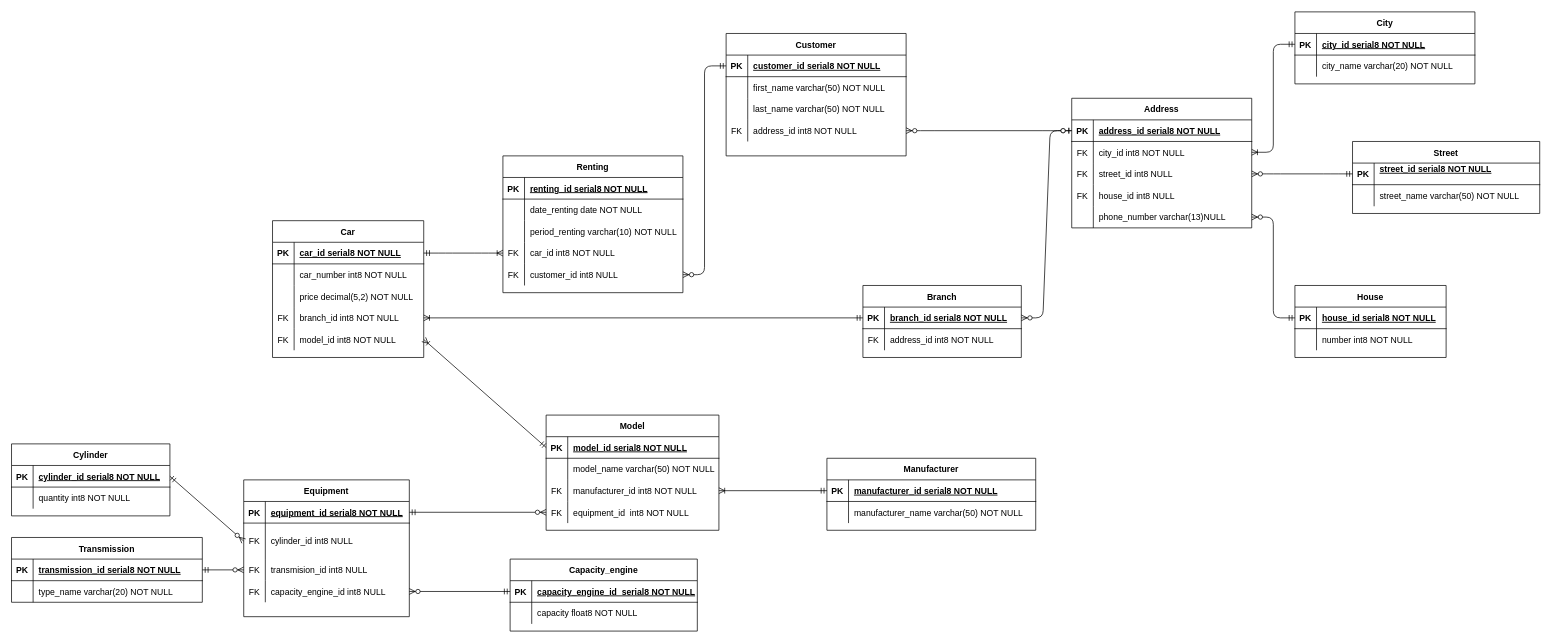
Before: database_module/diagram_task/er_diagram_car.drawio in julia-kopysova/python-education, a draw.io diagram. Source tidied: cells renumbered, new cells numbered last; positions are measured from the earlier drawing's top-left corner, leaving out a move shared by most shapes. Both pictures are drawn from the tidied source at 72%, with x=0, y=0 at pixel (12, 12).
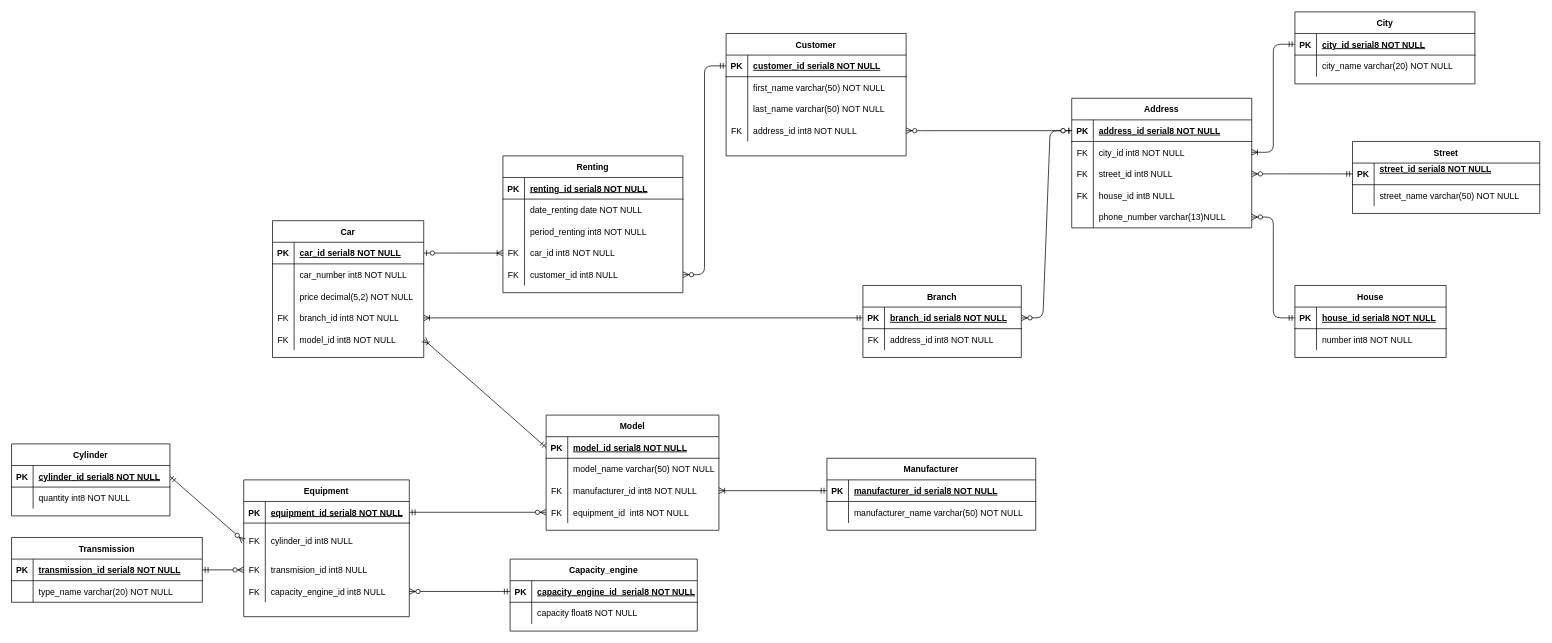
Above is the later version.

Commit message:
Changed relationship between Car and Renting, changed data type in period_renting

Unchanged cells that the change refers to:
```xml
<mxCell id="39" style="shape=partialRectangle;fillColor=none;top=0;left=0;bottom=1;right=0;points=[[0,0.5],[1,0.5]];portConstraint=eastwest;" parent="38" vertex="1">
  <mxGeometry y="30" width="210" height="30" as="geometry" />
</mxCell>
<mxCell id="136" style="shape=partialRectangle;fillColor=none;top=0;left=0;bottom=0;right=0;" parent="129" vertex="1">
  <mxGeometry y="90" width="250" height="30" as="geometry" />
</mxCell>
<mxCell id="139" style="shape=partialRectangle;fillColor=none;top=0;left=0;bottom=0;right=0;points=[[0,0.5],[1,0.5]];portConstraint=eastwest;" parent="129" vertex="1">
  <mxGeometry y="120" width="250" height="30" as="geometry" />
</mxCell>
```

Diff of the diagram source:
```diff
@@
-    <mxCell id="138" value="period_renting varchar(10) NOT NULL" style="shape=partialRectangle;fillColor=none;top=0;left=0;bottom=0;right=0;align=left;spacingLeft=6;overflow=hidden;" parent="136" vertex="1">
+    <mxCell id="138" value="period_renting int8 NOT NULL" style="shape=partialRectangle;fillColor=none;top=0;left=0;bottom=0;right=0;align=left;spacingLeft=6;overflow=hidden;" parent="136" vertex="1">
       <mxGeometry x="30" width="220" height="30" as="geometry" />
     </mxCell>
@@
-    <mxCell id="145" style="edgeStyle=entityRelationEdgeStyle;fontSize=12;html=1;endArrow=ERoneToMany;startArrow=ERmandOne;entryX=0;entryY=0.5;entryDx=0;entryDy=0;exitX=1;exitY=0.5;exitDx=0;exitDy=0;" parent="1" edge="1" source="39" target="139">
+    <mxCell id="145" style="edgeStyle=entityRelationEdgeStyle;fontSize=12;html=1;endArrow=ERoneToMany;startArrow=ERzeroToOne;entryX=0;entryY=0.5;entryDx=0;entryDy=0;exitX=1;exitY=0.5;exitDx=0;exitDy=0;startFill=1;" parent="1" edge="1" source="39" target="139">
       <mxGeometry relative="1" as="geometry" />
     </mxCell>
```
